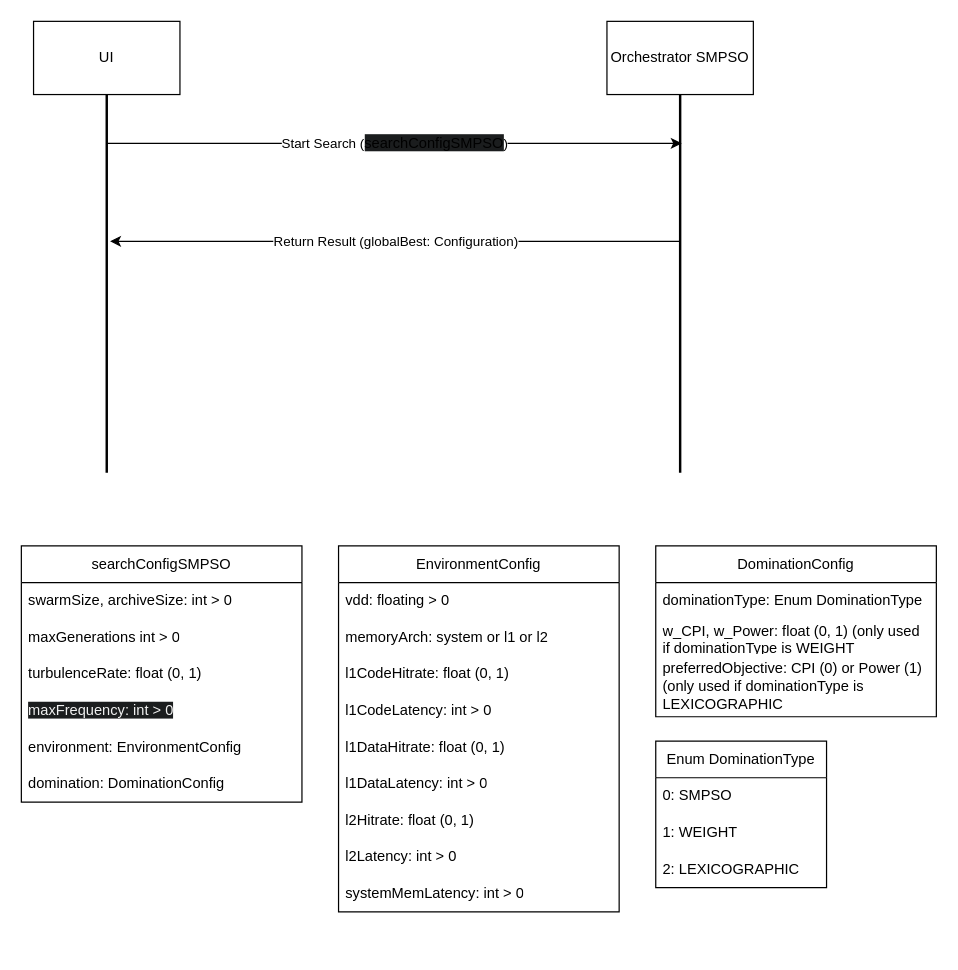
The draw.io diagram page "SMPSO" (1 of 2) of scheme/UI-Orchestrator.drawio in R-a-d-u/PSATSimSimulation, before the edit. Source tidied: cells renumbered, new cells numbered last; positions are measured from the earlier drawing's top-left corner, leaving out a move shared by most shapes. Both pictures are drawn from the tidied source at 122%, with x=0, y=0 at pixel (21, 21).
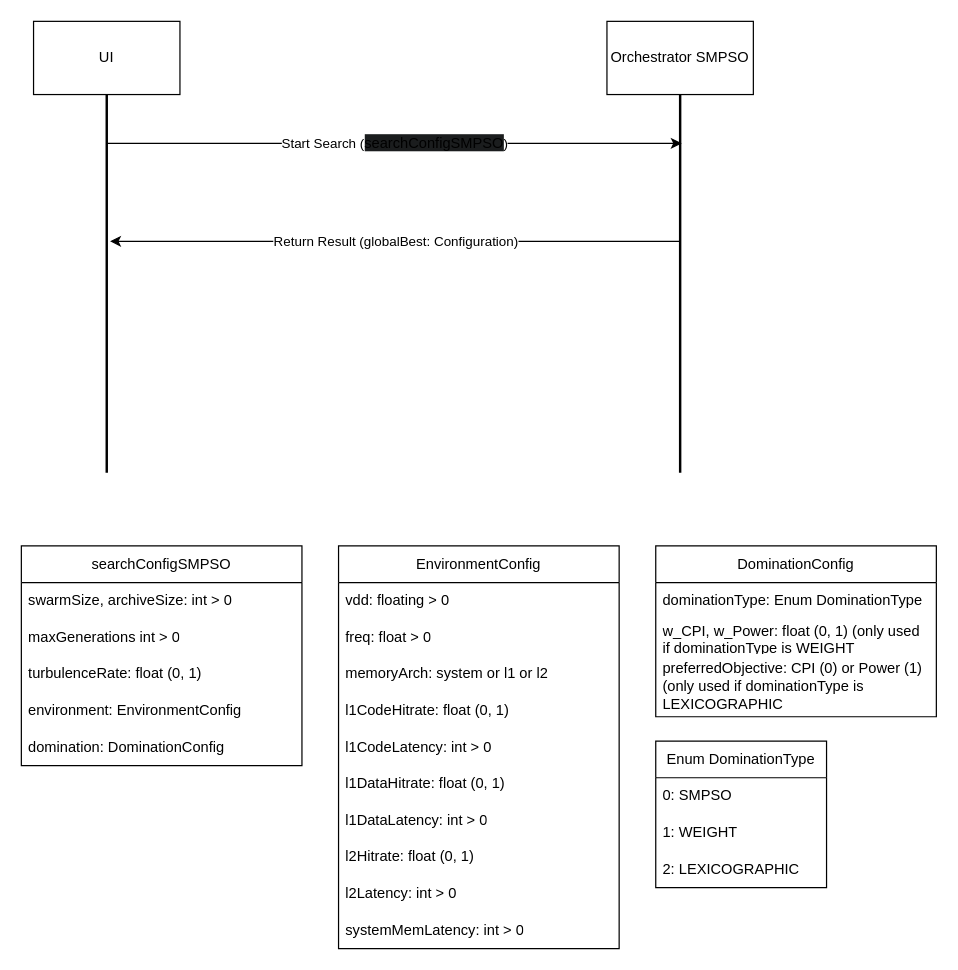
The same diagram, later.

Change to the diagram source:
```diff
@@
     <mxCell id="10" value="searchConfigSMPSO" style="swimlane;fontStyle=0;horizontal=1;startSize=30;whiteSpace=wrap;html=1;" parent="1" vertex="1">
-      <mxGeometry y="430" width="230" height="210" as="geometry" />
+      <mxGeometry y="430" width="230" height="180" as="geometry" />
     </mxCell>
@@
-    <mxCell id="14" value="&lt;span style=&quot;color: rgb(240, 240, 240); font-family: Helvetica; font-size: 12px; font-style: normal; font-variant-ligatures: normal; font-variant-caps: normal; font-weight: 400; letter-spacing: normal; orphans: 2; text-align: left; text-indent: 0px; text-transform: none; widows: 2; word-spacing: 0px; -webkit-text-stroke-width: 0px; white-space: normal; background-color: rgb(27, 29, 30); text-decoration-thickness: initial; text-decoration-style: initial; text-decoration-color: initial; display: inline !important; float: none;&quot;&gt;maxFrequency: int &amp;gt; 0&lt;/span&gt;" style="text;strokeColor=none;fillColor=none;align=left;verticalAlign=middle;spacingLeft=4;spacingRight=4;overflow=hidden;whiteSpace=wrap;html=1;" parent="10" vertex="1">
-      <mxGeometry y="120" width="230" height="30" as="geometry" />
-    </mxCell>
     <mxCell id="15" value="environment: EnvironmentConfig" style="text;strokeColor=none;fillColor=none;align=left;verticalAlign=middle;spacingLeft=4;spacingRight=4;overflow=hidden;whiteSpace=wrap;html=1;" parent="10" vertex="1">
-      <mxGeometry y="150" width="230" height="30" as="geometry" />
+      <mxGeometry y="120" width="230" height="30" as="geometry" />
     </mxCell>
     <mxCell id="16" value="domination: DominationConfig" style="text;strokeColor=none;fillColor=none;align=left;verticalAlign=middle;spacingLeft=4;spacingRight=4;overflow=hidden;whiteSpace=wrap;html=1;" parent="10" vertex="1">
-      <mxGeometry y="180" width="230" height="30" as="geometry" />
+      <mxGeometry y="150" width="230" height="30" as="geometry" />
     </mxCell>
     <mxCell id="17" value="EnvironmentConfig" style="swimlane;fontStyle=0;horizontal=1;startSize=30;whiteSpace=wrap;html=1;" parent="1" vertex="1">
-      <mxGeometry x="260" y="430" width="230" height="300" as="geometry" />
+      <mxGeometry x="260" y="430" width="230" height="330" as="geometry" />
     </mxCell>
@@
+    <mxCell id="35" value="freq: float &amp;gt; 0" style="text;strokeColor=none;fillColor=none;align=left;verticalAlign=middle;spacingLeft=4;spacingRight=4;overflow=hidden;whiteSpace=wrap;html=1;" parent="17" vertex="1">
+      <mxGeometry y="60" width="230" height="30" as="geometry" />
+    </mxCell>
     <mxCell id="19" value="memoryArch: system or l1 or l2" style="text;strokeColor=none;fillColor=none;align=left;verticalAlign=middle;spacingLeft=4;spacingRight=4;overflow=hidden;whiteSpace=wrap;html=1;" parent="17" vertex="1">
-      <mxGeometry y="60" width="230" height="30" as="geometry" />
+      <mxGeometry y="90" width="230" height="30" as="geometry" />
     </mxCell>
     <mxCell id="20" value="l1CodeHitrate: float (0, 1)" style="text;strokeColor=none;fillColor=none;align=left;verticalAlign=middle;spacingLeft=4;spacingRight=4;overflow=hidden;whiteSpace=wrap;html=1;" parent="17" vertex="1">
-      <mxGeometry y="90" width="230" height="30" as="geometry" />
+      <mxGeometry y="120" width="230" height="30" as="geometry" />
     </mxCell>
     <mxCell id="21" value="l1CodeLatency: int &amp;gt; 0" style="text;strokeColor=none;fillColor=none;align=left;verticalAlign=middle;spacingLeft=4;spacingRight=4;overflow=hidden;whiteSpace=wrap;html=1;" parent="17" vertex="1">
-      <mxGeometry y="120" width="230" height="30" as="geometry" />
+      <mxGeometry y="150" width="230" height="30" as="geometry" />
     </mxCell>
     <mxCell id="22" value="l1DataHitrate: float (0, 1)" style="text;strokeColor=none;fillColor=none;align=left;verticalAlign=middle;spacingLeft=4;spacingRight=4;overflow=hidden;whiteSpace=wrap;html=1;" parent="17" vertex="1">
-      <mxGeometry y="150" width="230" height="30" as="geometry" />
+      <mxGeometry y="180" width="230" height="30" as="geometry" />
     </mxCell>
     <mxCell id="23" value="l1DataLatency: int &amp;gt; 0" style="text;strokeColor=none;fillColor=none;align=left;verticalAlign=middle;spacingLeft=4;spacingRight=4;overflow=hidden;whiteSpace=wrap;html=1;" parent="17" vertex="1">
-      <mxGeometry y="180" width="230" height="30" as="geometry" />
+      <mxGeometry y="210" width="230" height="30" as="geometry" />
     </mxCell>
     <mxCell id="24" value="l2Hitrate: float (0, 1)" style="text;strokeColor=none;fillColor=none;align=left;verticalAlign=middle;spacingLeft=4;spacingRight=4;overflow=hidden;whiteSpace=wrap;html=1;" parent="17" vertex="1">
-      <mxGeometry y="210" width="230" height="30" as="geometry" />
+      <mxGeometry y="240" width="230" height="30" as="geometry" />
     </mxCell>
     <mxCell id="25" value="l2Latency: int &amp;gt; 0" style="text;strokeColor=none;fillColor=none;align=left;verticalAlign=middle;spacingLeft=4;spacingRight=4;overflow=hidden;whiteSpace=wrap;html=1;" parent="17" vertex="1">
-      <mxGeometry y="240" width="230" height="30" as="geometry" />
+      <mxGeometry y="270" width="230" height="30" as="geometry" />
     </mxCell>
     <mxCell id="26" value="systemMemLatency: int &amp;gt; 0" style="text;strokeColor=none;fillColor=none;align=left;verticalAlign=middle;spacingLeft=4;spacingRight=4;overflow=hidden;whiteSpace=wrap;html=1;" parent="17" vertex="1">
-      <mxGeometry y="270" width="230" height="30" as="geometry" />
+      <mxGeometry y="300" width="230" height="30" as="geometry" />
     </mxCell>
```
